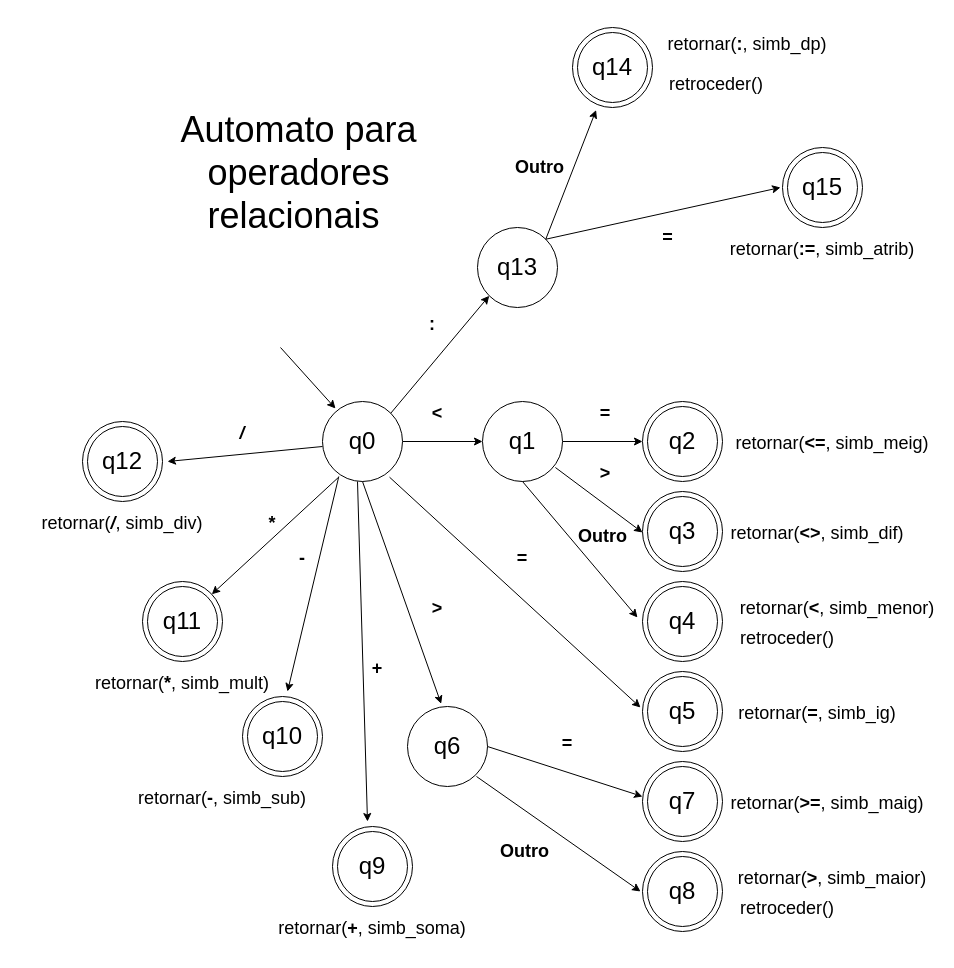
This is Automatos/automato_oprel_sinmat_atrib_dp.drawio from vvilliam26/compilador, a draw.io file, before an edit. Source tidied: cells renumbered, new cells numbered last; positions are measured from the earlier drawing's top-left corner, leaving out a move shared by most shapes. Both pictures are drawn from the tidied source at 100%, with x=0, y=0 at pixel (17, 17).
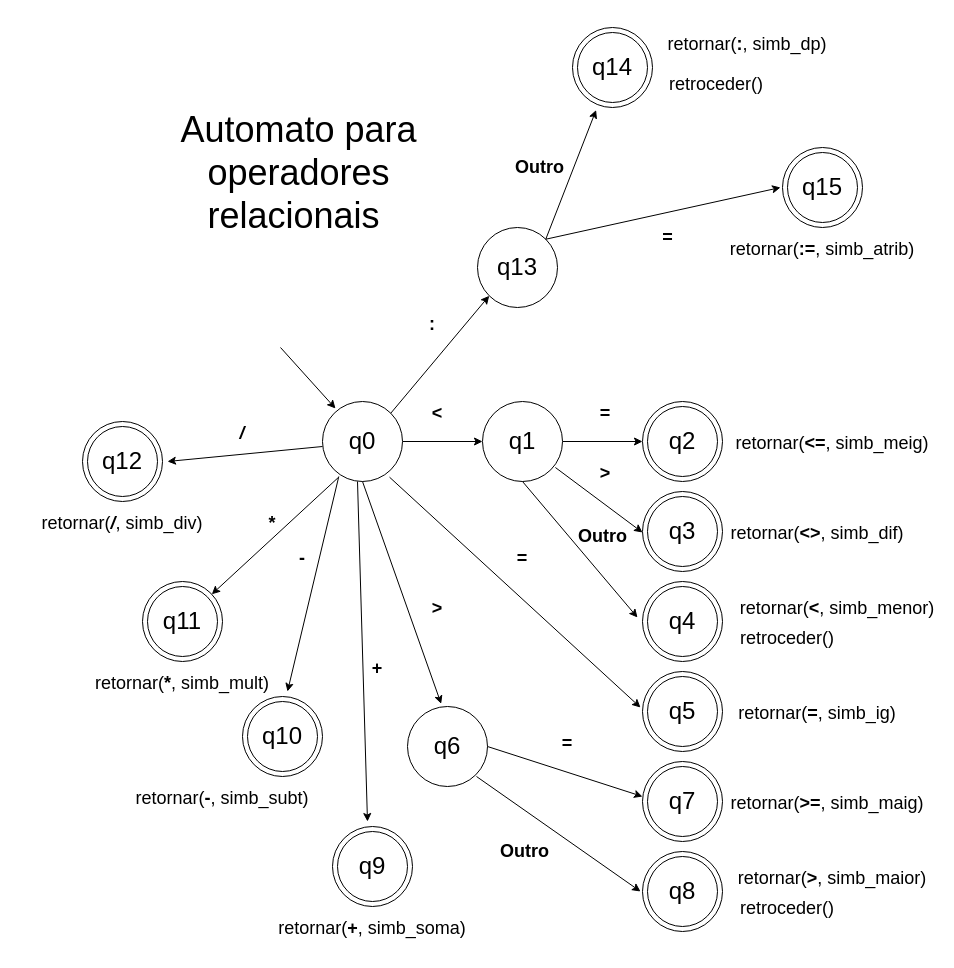
The same page after the edit.

Commit message (it also covers changes not shown here):
automato_operel_sinmat_atrib_dp

The edit, as a diff of the source:
```diff
@@
-    <mxCell id="62" value="&lt;span style=&quot;font-size: 18px;&quot;&gt;retornar(&lt;b&gt;-&lt;/b&gt;, simb_sub)&lt;/span&gt;" style="text;html=1;strokeColor=none;fillColor=none;align=center;verticalAlign=middle;whiteSpace=wrap;rounded=0;fontSize=24;" parent="1" vertex="1">
+    <mxCell id="62" value="&lt;span style=&quot;font-size: 18px;&quot;&gt;retornar(&lt;b&gt;-&lt;/b&gt;, simb_subt)&lt;/span&gt;" style="text;html=1;strokeColor=none;fillColor=none;align=center;verticalAlign=middle;whiteSpace=wrap;rounded=0;fontSize=24;" parent="1" vertex="1">
       <mxGeometry x="105" y="754" width="200" height="50" as="geometry" />
     </mxCell>
```
